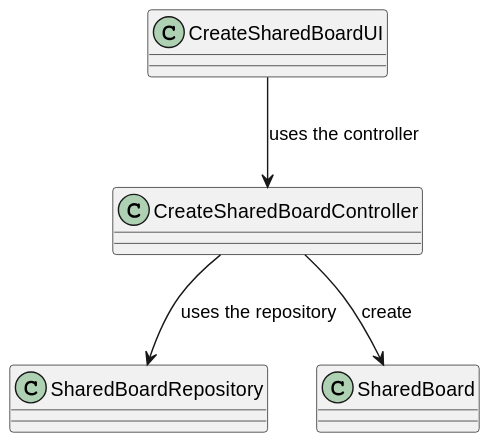
mascenso/isep-sem4-lapr4 keeps this PlantUML diagram as docs/SPRINT B/US3002 - Create a Shared Board/Class_Diagram.svg. Above is the earlier version. Source of this version:
```plantuml
@startuml
class CreateSharedBoardUI  {

}

class CreateSharedBoardController {

}

class SharedBoardRepository {

}

class SharedBoard {

}

CreateSharedBoardUI -down-> CreateSharedBoardController: uses the controller
CreateSharedBoardController --> SharedBoardRepository: uses the repository
CreateSharedBoardController --> SharedBoard: create
@enduml
```
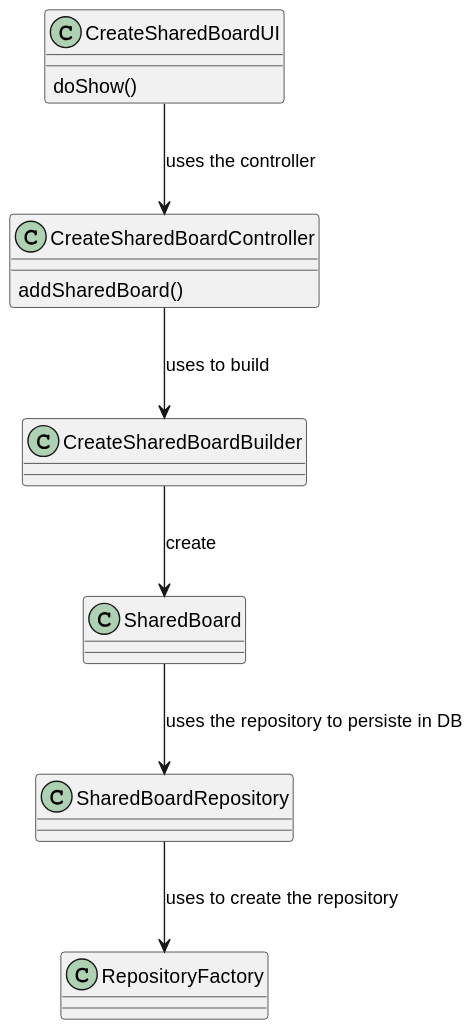
The same file after the commit.

What changed in the source:
```diff
@@ -1,21 +1,30 @@
 @startuml
 class CreateSharedBoardUI  {
-
 }
 
 class CreateSharedBoardController {
-
 }
 
-class SharedBoardRepository {
+class CreateSharedBoardBuilder {
+}
 
+class   SharedBoardRepository {
 }
 
 class SharedBoard {
-
 }
 
+class RepositoryFactory {
+}
+
+CreateSharedBoardUI : doShow()
 CreateSharedBoardUI -down-> CreateSharedBoardController: uses the controller
-CreateSharedBoardController --> SharedBoardRepository: uses the repository
-CreateSharedBoardController --> SharedBoard: create
+
+CreateSharedBoardController : addSharedBoard()
+CreateSharedBoardController --> CreateSharedBoardBuilder : uses to build
+CreateSharedBoardBuilder --> SharedBoard: create
+
+SharedBoard --> SharedBoardRepository: uses the repository to persiste in DB
+
+SharedBoardRepository --> RepositoryFactory : uses to create the repository
 @enduml
```
